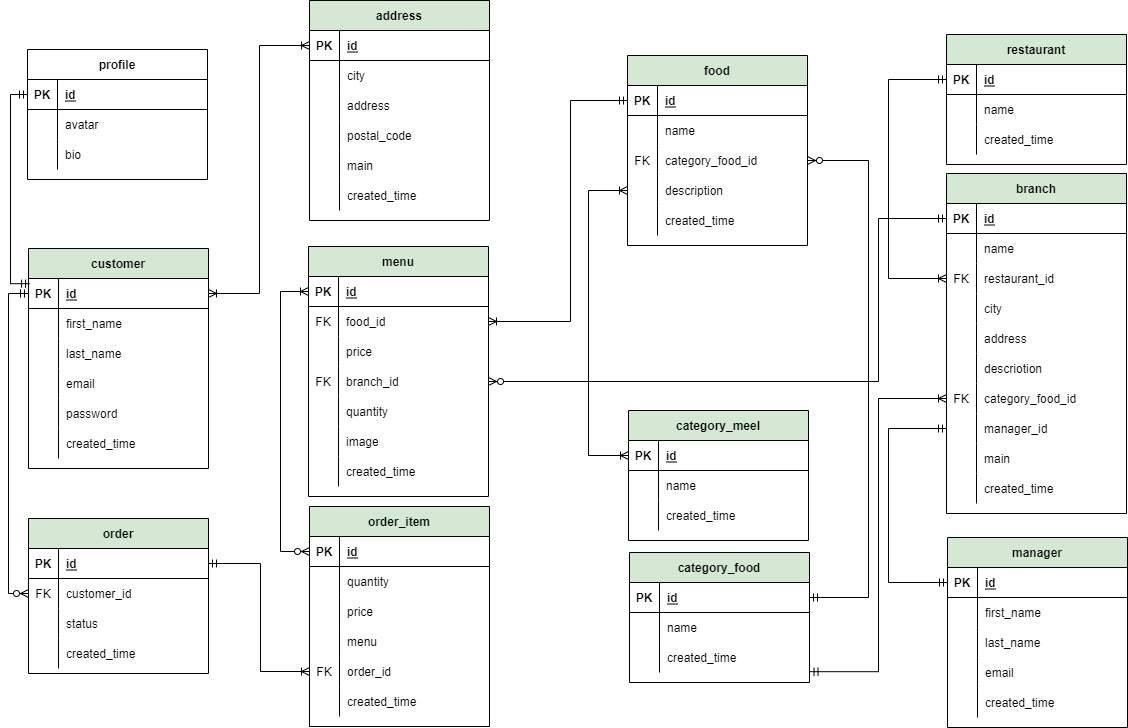
Earlier version of the draw.io export Untitled Diagram.drawio (12).png (samane1404/maktab_final_project). Source tidied: cells renumbered, new cells last; positions are measured from the earlier drawing's top-left corner, leaving out a move shared by most shapes.
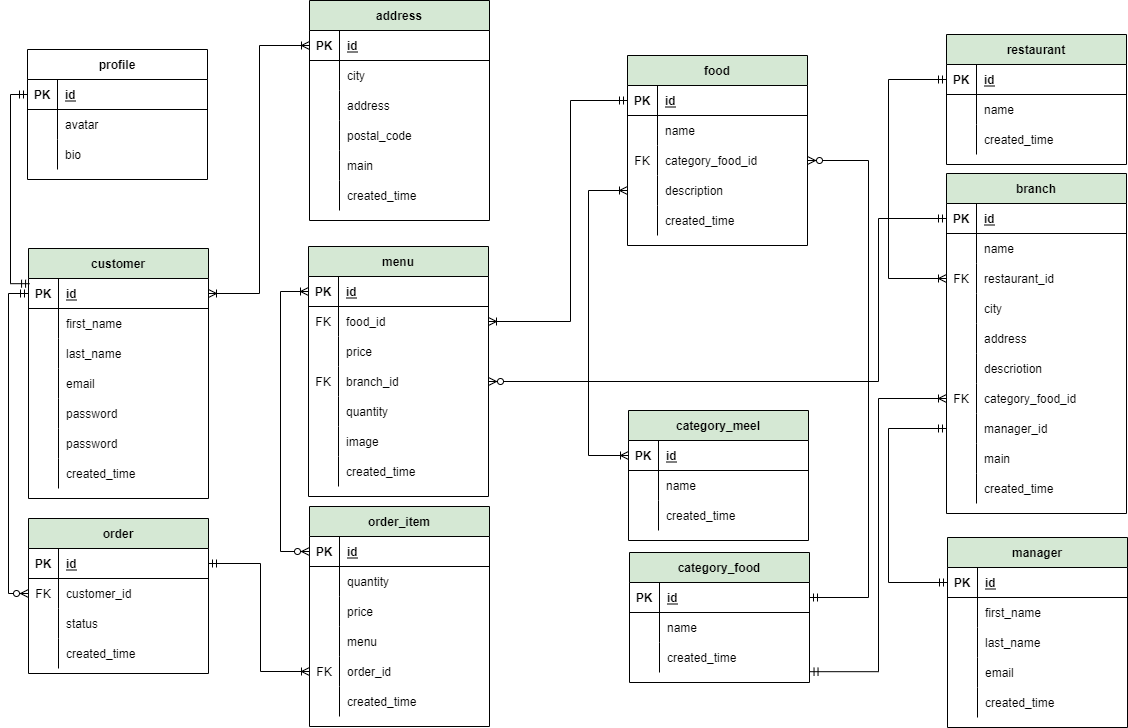
After the change.

Commit message:
snapfood project without order and cart

Diff of the diagram source:
```diff
@@ -3,7 +3,7 @@
     <mxCell id="0" />
     <mxCell id="1" parent="0" />
     <mxCell id="2" value="customer" style="shape=table;startSize=30;rowLines=0;fontStyle=1;align=center;fillColor=#D5E8D4;" parent="1" vertex="1">
-      <mxGeometry x="20" y="248" width="180" height="220" as="geometry" />
+      <mxGeometry x="20" y="248" width="180" height="250" as="geometry" />
     </mxCell>
     <mxCell id="3" style="shape=partialRectangle;fillColor=none;top=0;left=0;bottom=1;right=0;points=[[0,0.5],[1,0.5]];portConstraint=eastwest;" parent="2" vertex="1">
       <mxGeometry y="30" width="180" height="30" as="geometry" />
@@ -41,8 +41,17 @@
     <mxCell id="14" value="email" style="shape=partialRectangle;fillColor=none;top=0;left=0;bottom=0;right=0;align=left;spacingLeft=6;overflow=hidden;" parent="12" vertex="1">
       <mxGeometry x="30" width="150" height="30" as="geometry" />
     </mxCell>
+    <mxCell id="209" style="shape=partialRectangle;fillColor=none;top=0;left=0;bottom=0;right=0;" parent="2" vertex="1">
+      <mxGeometry y="150" width="180" height="30" as="geometry" />
+    </mxCell>
+    <mxCell id="210" style="shape=partialRectangle;fillColor=none;top=0;left=0;bottom=0;right=0;overflow=hidden;" parent="209" vertex="1">
+      <mxGeometry width="30" height="30" as="geometry" />
+    </mxCell>
+    <mxCell id="211" value="password" style="shape=partialRectangle;fillColor=none;top=0;left=0;bottom=0;right=0;align=left;spacingLeft=6;overflow=hidden;" parent="209" vertex="1">
+      <mxGeometry x="30" width="150" height="30" as="geometry" />
+    </mxCell>
     <mxCell id="15" style="shape=partialRectangle;fillColor=none;top=0;left=0;bottom=0;right=0;" parent="2" vertex="1">
-      <mxGeometry y="150" width="180" height="30" as="geometry" />
+      <mxGeometry y="180" width="180" height="30" as="geometry" />
     </mxCell>
     <mxCell id="16" style="shape=partialRectangle;fillColor=none;top=0;left=0;bottom=0;right=0;overflow=hidden;" parent="15" vertex="1">
       <mxGeometry width="30" height="30" as="geometry" />
@@ -51,7 +60,7 @@
       <mxGeometry x="30" width="150" height="30" as="geometry" />
     </mxCell>
     <mxCell id="18" style="shape=partialRectangle;fillColor=none;top=0;left=0;bottom=0;right=0;" parent="2" vertex="1">
-      <mxGeometry y="180" width="180" height="30" as="geometry" />
+      <mxGeometry y="210" width="180" height="30" as="geometry" />
     </mxCell>
     <mxCell id="19" style="shape=partialRectangle;fillColor=none;top=0;left=0;bottom=0;right=0;overflow=hidden;" parent="18" vertex="1">
       <mxGeometry width="30" height="30" as="geometry" />
```
